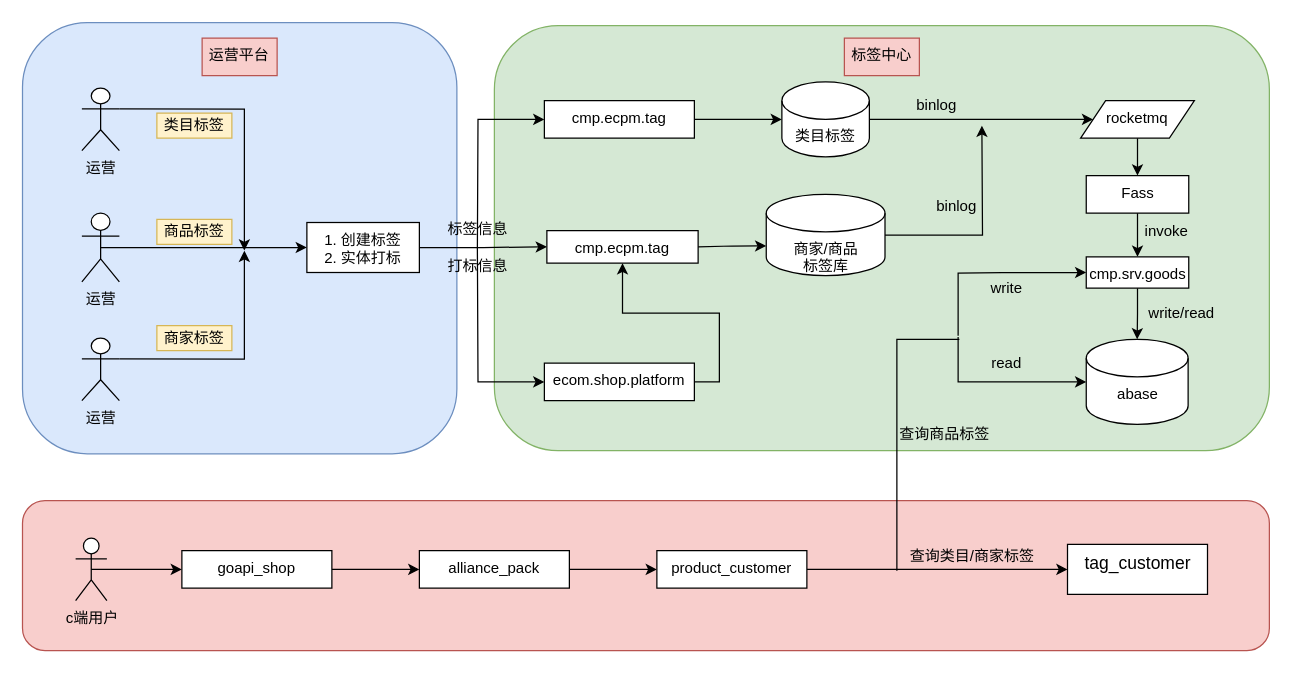
This is 标签系统交互方式.drawio from wuwou/tools, a draw.io file, before an edit. Source tidied: cells renumbered, new cells numbered last; positions are measured from the earlier drawing's top-left corner, leaving out a move shared by most shapes. Both pictures are drawn from the tidied source at 125%, with x=0, y=0 at pixel (21, 22).
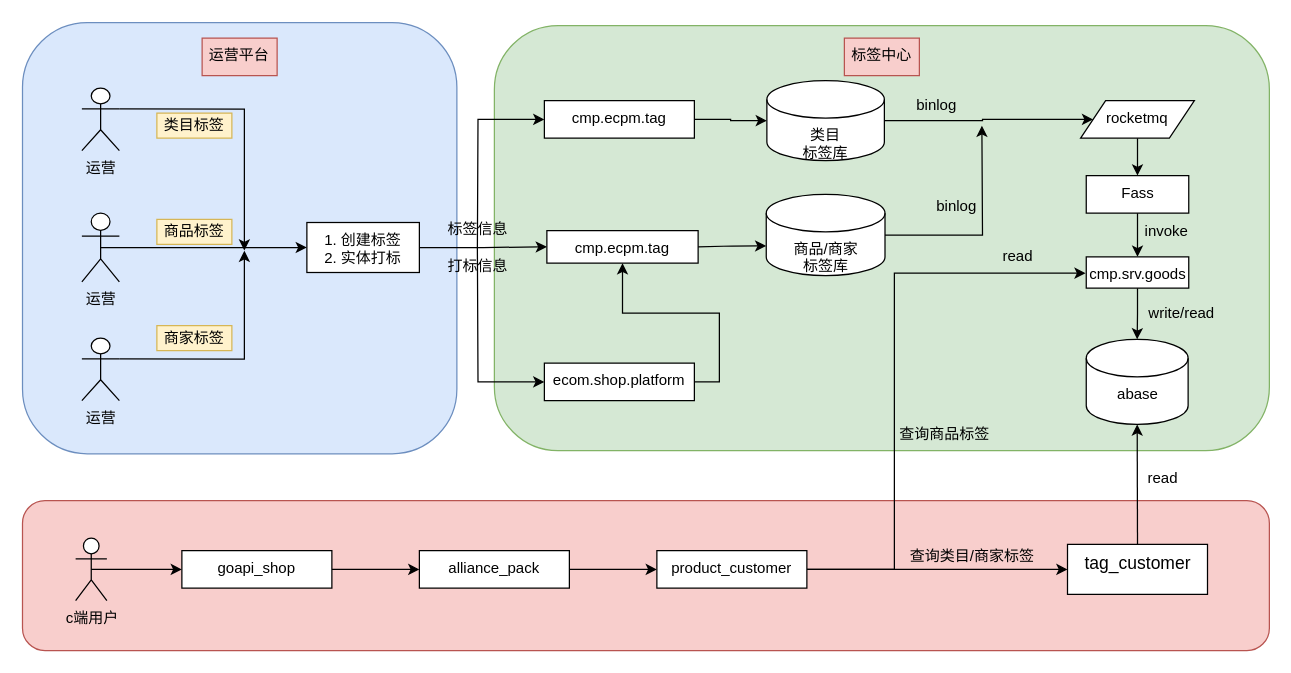
The same diagram, later.

Commit message:
Update 标签系统交互方式.drawio

The change refers to these unchanged cells:
```xml
<mxCell id="36" value="cmp.srv.goods" style="rounded=0;whiteSpace=wrap;html=1;verticalAlign=top;" parent="1" vertex="1">
  <mxGeometry x="851.5" y="187" width="82" height="25" as="geometry" />
</mxCell>
<mxCell id="38" value="abase" style="shape=cylinder3;whiteSpace=wrap;html=1;boundedLbl=1;backgroundOutline=1;size=15;verticalAlign=top;" parent="1" vertex="1">
  <mxGeometry x="851.5" y="253" width="81.5" height="68" as="geometry" />
</mxCell>
<mxCell id="51" value="product_customer" style="rounded=0;whiteSpace=wrap;html=1;verticalAlign=top;" parent="1" vertex="1">
  <mxGeometry x="508" y="422" width="120" height="30" as="geometry" />
</mxCell>
<mxCell id="52" value="&lt;font style=&quot;font-size: 14px&quot;&gt;tag_customer&lt;/font&gt;" style="rounded=0;whiteSpace=wrap;html=1;verticalAlign=top;align=center;" parent="1" vertex="1">
  <mxGeometry x="836.5" y="417" width="112" height="40" as="geometry" />
</mxCell>
```

Change to the diagram source:
```diff
@@
-    <mxCell id="25" value="类目标签" style="shape=cylinder3;whiteSpace=wrap;html=1;boundedLbl=1;backgroundOutline=1;size=15;verticalAlign=top;" parent="1" vertex="1">
-      <mxGeometry x="608" y="47" width="70" height="60" as="geometry" />
+    <mxCell id="25" value="类目&lt;br&gt;标签库" style="shape=cylinder3;whiteSpace=wrap;html=1;boundedLbl=1;backgroundOutline=1;size=15;verticalAlign=top;" parent="1" vertex="1">
+      <mxGeometry x="596" y="46" width="94" height="64" as="geometry" />
     </mxCell>
@@
-    <mxCell id="28" value="商家/商品&lt;br&gt;标签库" style="shape=cylinder3;whiteSpace=wrap;html=1;boundedLbl=1;backgroundOutline=1;size=15;verticalAlign=top;" parent="1" vertex="1">
+    <mxCell id="28" value="商品/商家&lt;br&gt;标签库" style="shape=cylinder3;whiteSpace=wrap;html=1;boundedLbl=1;backgroundOutline=1;size=15;verticalAlign=top;" parent="1" vertex="1">
       <mxGeometry x="595.5" y="137" width="95" height="65" as="geometry" />
     </mxCell>
@@
-    <mxCell id="34" style="edgeStyle=orthogonalEdgeStyle;rounded=0;orthogonalLoop=1;jettySize=auto;html=1;startArrow=none;startFill=0;endArrow=none;endFill=0;" parent="1" edge="1">
-      <mxGeometry relative="1" as="geometry">
-        <mxPoint x="750" y="253" as="sourcePoint" />
-        <mxPoint x="700" y="438" as="targetPoint" />
-        <Array as="points">
-          <mxPoint x="700" y="253" />
-        </Array>
-      </mxGeometry>
-    </mxCell>
-    <mxCell id="35" style="edgeStyle=orthogonalEdgeStyle;rounded=0;jettySize=auto;html=1;exitX=0;exitY=0.5;exitDx=0;exitDy=0;startArrow=classic;startFill=1;endArrow=none;endFill=0;" parent="1" edge="1" source="36">
+    <mxCell id="35" style="edgeStyle=orthogonalEdgeStyle;rounded=0;jettySize=auto;html=1;startArrow=classic;startFill=1;endArrow=none;endFill=0;entryX=1;entryY=0.5;entryDx=0;entryDy=0;" parent="1" edge="1" target="51">
       <mxGeometry relative="1" as="geometry">
-        <mxPoint x="749" y="250" as="targetPoint" />
+        <mxPoint x="851" y="200" as="sourcePoint" />
         <Array as="points">
-          <mxPoint x="784" y="200" />
-          <mxPoint x="784" y="200" />
+          <mxPoint x="698" y="200" />
+          <mxPoint x="698" y="437" />
         </Array>
       </mxGeometry>
     </mxCell>
@@
-    <mxCell id="37" style="edgeStyle=orthogonalEdgeStyle;rounded=0;jettySize=auto;html=1;exitX=0;exitY=0.5;exitDx=0;exitDy=0;exitPerimeter=0;startArrow=classic;startFill=1;endArrow=none;endFill=0;" parent="1" edge="1" source="38">
-      <mxGeometry relative="1" as="geometry">
-        <mxPoint x="749" y="251" as="targetPoint" />
-        <Array as="points">
-          <mxPoint x="773" y="287" />
-          <mxPoint x="773" y="287" />
-        </Array>
-      </mxGeometry>
-    </mxCell>
@@
-    <mxCell id="55" value="write" style="text;html=1;strokeColor=none;fillColor=none;align=center;verticalAlign=middle;whiteSpace=wrap;rounded=0;" parent="1" vertex="1">
-      <mxGeometry x="768" y="202" width="40" height="20" as="geometry" />
-    </mxCell>
-    <mxCell id="56" value="read" style="text;html=1;strokeColor=none;fillColor=none;align=center;verticalAlign=middle;whiteSpace=wrap;rounded=0;" parent="1" vertex="1">
-      <mxGeometry x="768" y="262" width="40" height="20" as="geometry" />
-    </mxCell>
@@
+    <mxCell id="59" value="read" style="text;html=1;strokeColor=none;fillColor=none;align=center;verticalAlign=middle;whiteSpace=wrap;rounded=0;" parent="1" vertex="1">
+      <mxGeometry x="777" y="177" width="40" height="20" as="geometry" />
+    </mxCell>
+    <mxCell id="60" style="endArrow=classic;html=1;exitX=0.5;exitY=0;exitDx=0;exitDy=0;entryX=0.5;entryY=1;entryDx=0;entryDy=0;entryPerimeter=0;" parent="1" edge="1" source="52" target="38">
+      <mxGeometry relative="1" as="geometry" />
+    </mxCell>
+    <mxCell id="61" value="read" style="text;html=1;strokeColor=none;fillColor=none;align=center;verticalAlign=middle;whiteSpace=wrap;rounded=0;" parent="1" vertex="1">
+      <mxGeometry x="893" y="354" width="40" height="20" as="geometry" />
+    </mxCell>
```
